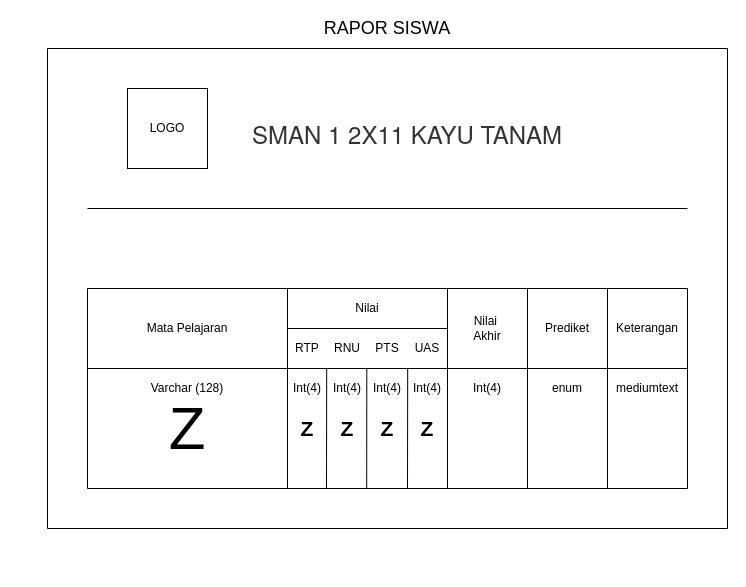
Earlier version of the draw.io diagram page "FRAME-Rapor" (12 of 22) of SKRIPSI WEB PENGOLAHAN NILAI SISWA/ARSIP/FILE MASTER DESAIN/MASTER DESAIN DIAGRAM WEB PENGOLAHAN NILAI SISWA.drawio (Khairul122/JK-WebPengolahanNilaiSiswa-ED). Source tidied: cells renumbered, new cells numbered last; positions are measured from the earlier drawing's top-left corner, leaving out a move shared by most shapes. Both pictures are drawn from the tidied source at 100%, with x=0, y=0 at pixel (47, 18).
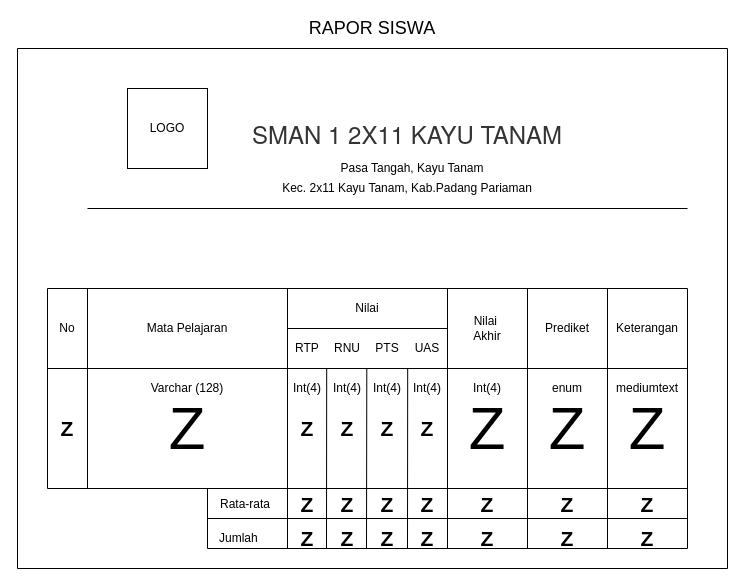
Above is the later version.

The edit, as a diff of the source:
```diff
@@
     <mxCell id="5" style="endArrow=none;html=1;" parent="1" edge="1">
       <mxGeometry relative="1" as="geometry">
-        <mxPoint x="40" y="270" as="sourcePoint" />
+        <mxPoint y="270" as="sourcePoint" />
         <mxPoint x="640" y="270" as="targetPoint" />
       </mxGeometry>
     </mxCell>
     <mxCell id="6" style="endArrow=none;html=1;" parent="1" edge="1">
       <mxGeometry relative="1" as="geometry">
-        <mxPoint x="40" y="350" as="sourcePoint" />
+        <mxPoint y="350" as="sourcePoint" />
         <mxPoint x="640" y="350" as="targetPoint" />
       </mxGeometry>
     </mxCell>
@@
-    <mxCell id="8" style="endArrow=none;html=1;" parent="1" edge="1">
+    <mxCell id="8" style="endArrow=none;html=1;exitX=1;exitY=1;exitDx=0;exitDy=0;" parent="1" edge="1" source="56">
       <mxGeometry relative="1" as="geometry">
-        <mxPoint x="240" y="470" as="sourcePoint" />
         <mxPoint x="240" y="270" as="targetPoint" />
       </mxGeometry>
     </mxCell>
@@
     <mxCell id="10" style="endArrow=none;html=1;" parent="1" edge="1">
       <mxGeometry relative="1" as="geometry">
-        <mxPoint x="400" y="470" as="sourcePoint" />
+        <mxPoint x="400" y="530" as="sourcePoint" />
         <mxPoint x="400" y="270" as="targetPoint" />
       </mxGeometry>
     </mxCell>
@@
     <mxCell id="17" style="endArrow=none;html=1;" parent="1" edge="1">
       <mxGeometry relative="1" as="geometry">
-        <mxPoint x="279" y="470" as="sourcePoint" />
+        <mxPoint x="279" y="530" as="sourcePoint" />
         <mxPoint x="279.2" y="350" as="targetPoint" />
       </mxGeometry>
     </mxCell>
     <mxCell id="18" style="endArrow=none;html=1;" parent="1" edge="1">
       <mxGeometry relative="1" as="geometry">
-        <mxPoint x="319.2" y="470" as="sourcePoint" />
+        <mxPoint x="319" y="530" as="sourcePoint" />
         <mxPoint x="319.3" y="350" as="targetPoint" />
       </mxGeometry>
     </mxCell>
     <mxCell id="19" style="endArrow=none;html=1;" parent="1" edge="1">
       <mxGeometry relative="1" as="geometry">
-        <mxPoint x="360" y="470" as="sourcePoint" />
+        <mxPoint x="360" y="530" as="sourcePoint" />
         <mxPoint x="360.2" y="350" as="targetPoint" />
       </mxGeometry>
     </mxCell>
@@
     <mxCell id="24" style="endArrow=none;html=1;" parent="1" edge="1">
       <mxGeometry relative="1" as="geometry">
-        <mxPoint x="480" y="470" as="sourcePoint" />
+        <mxPoint x="480" y="530" as="sourcePoint" />
         <mxPoint x="480" y="270" as="targetPoint" />
       </mxGeometry>
     </mxCell>
@@
     <mxCell id="27" style="endArrow=none;html=1;" parent="1" edge="1">
       <mxGeometry relative="1" as="geometry">
-        <mxPoint x="560" y="470" as="sourcePoint" />
+        <mxPoint x="560" y="530" as="sourcePoint" />
         <mxPoint x="560" y="270" as="targetPoint" />
       </mxGeometry>
     </mxCell>
     <mxCell id="28" style="endArrow=none;html=1;" parent="1" edge="1">
       <mxGeometry relative="1" as="geometry">
-        <mxPoint x="640" y="470" as="sourcePoint" />
+        <mxPoint x="640" y="530" as="sourcePoint" />
         <mxPoint x="640" y="270" as="targetPoint" />
       </mxGeometry>
     </mxCell>
@@
     <mxCell id="30" style="endArrow=none;html=1;" parent="1" edge="1">
       <mxGeometry relative="1" as="geometry">
-        <mxPoint x="40" y="470" as="sourcePoint" />
-        <mxPoint x="40" y="270" as="targetPoint" />
+        <mxPoint y="470" as="sourcePoint" />
+        <mxPoint y="270" as="targetPoint" />
       </mxGeometry>
     </mxCell>
     <mxCell id="31" style="endArrow=none;html=1;" parent="1" edge="1">
       <mxGeometry relative="1" as="geometry">
-        <mxPoint x="40" y="470" as="sourcePoint" />
+        <mxPoint y="470" as="sourcePoint" />
         <mxPoint x="640" y="470" as="targetPoint" />
       </mxGeometry>
     </mxCell>
     <mxCell id="32" style="endArrow=none;html=1;" parent="1" edge="1">
       <mxGeometry relative="1" as="geometry">
-        <mxPoint x="680" y="510" as="sourcePoint" />
+        <mxPoint x="680" y="550" as="sourcePoint" />
         <mxPoint x="680" y="30" as="targetPoint" />
       </mxGeometry>
     </mxCell>
     <mxCell id="33" style="endArrow=none;html=1;" parent="1" edge="1">
       <mxGeometry relative="1" as="geometry">
-        <mxPoint y="510" as="sourcePoint" />
-        <mxPoint y="30" as="targetPoint" />
+        <mxPoint x="-30" y="550" as="sourcePoint" />
+        <mxPoint x="-30" y="30" as="targetPoint" />
       </mxGeometry>
     </mxCell>
     <mxCell id="34" style="endArrow=none;html=1;" parent="1" edge="1">
       <mxGeometry relative="1" as="geometry">
-        <mxPoint y="510" as="sourcePoint" />
-        <mxPoint x="680" y="510" as="targetPoint" />
+        <mxPoint x="-30" y="550" as="sourcePoint" />
+        <mxPoint x="680" y="550" as="targetPoint" />
       </mxGeometry>
     </mxCell>
     <mxCell id="35" style="endArrow=none;html=1;" parent="1" edge="1">
       <mxGeometry relative="1" as="geometry">
-        <mxPoint y="30" as="sourcePoint" />
+        <mxPoint x="-30" y="30" as="sourcePoint" />
         <mxPoint x="680" y="30" as="targetPoint" />
       </mxGeometry>
     </mxCell>
@@
     <mxCell id="44" value="&lt;font style=&quot;font-size: 18px&quot;&gt;RAPOR SISWA&lt;/font&gt;" style="text;html=1;strokeColor=none;fillColor=none;align=center;verticalAlign=middle;whiteSpace=wrap;rounded=0;" parent="1" vertex="1">
-      <mxGeometry width="680" height="20" as="geometry" />
+      <mxGeometry x="-30" width="710" height="20" as="geometry" />
     </mxCell>
+    <mxCell id="45" style="endArrow=none;html=1;" parent="1" edge="1">
+      <mxGeometry relative="1" as="geometry">
+        <mxPoint x="40" y="470" as="sourcePoint" />
+        <mxPoint x="40" y="270" as="targetPoint" />
+      </mxGeometry>
+    </mxCell>
+    <mxCell id="46" value="&lt;p class=&quot;MsoNormal&quot;&gt;Pasa Tangah, Kayu Tanam&lt;/p&gt;" style="text;html=1;strokeColor=none;fillColor=none;align=center;verticalAlign=middle;whiteSpace=wrap;rounded=0;" parent="1" vertex="1">
+      <mxGeometry x="210" y="140" width="310" height="20" as="geometry" />
+    </mxCell>
+    <mxCell id="47" value="&lt;p class=&quot;MsoNormal&quot;&gt;&lt;span style=&quot;font-size: 9pt ; line-height: 107% ; font-family: &amp;#34;helvetica&amp;#34; , sans-serif&quot;&gt;Kec. 2x11 Kayu Tanam, Kab.&lt;/span&gt;&lt;span style=&quot;font-size: 9pt ; line-height: 107% ; font-family: &amp;#34;helvetica&amp;#34; , sans-serif&quot;&gt;&lt;span&gt;Padang&amp;nbsp;Pariaman&lt;/span&gt;&lt;/span&gt;&lt;/p&gt;" style="text;html=1;strokeColor=none;fillColor=none;align=center;verticalAlign=middle;whiteSpace=wrap;rounded=0;" parent="1" vertex="1">
+      <mxGeometry x="205" y="160" width="310" height="20" as="geometry" />
+    </mxCell>
+    <mxCell id="48" value="No" style="text;html=1;strokeColor=none;fillColor=none;align=center;verticalAlign=middle;whiteSpace=wrap;rounded=0;" parent="1" vertex="1">
+      <mxGeometry y="300" width="40" height="20" as="geometry" />
+    </mxCell>
+    <mxCell id="49" value="&lt;b&gt;&lt;font style=&quot;font-size: 21px&quot;&gt;Z&lt;/font&gt;&lt;/b&gt;" style="text;html=1;strokeColor=none;fillColor=none;align=center;verticalAlign=middle;whiteSpace=wrap;rounded=0;" parent="1" vertex="1">
+      <mxGeometry y="400" width="40" height="20" as="geometry" />
+    </mxCell>
+    <mxCell id="50" value="&lt;font style=&quot;font-size: 60px&quot;&gt;Z&lt;/font&gt;" style="text;html=1;strokeColor=none;fillColor=none;align=center;verticalAlign=middle;whiteSpace=wrap;rounded=0;" parent="1" vertex="1">
+      <mxGeometry x="420" y="400" width="40" height="20" as="geometry" />
+    </mxCell>
+    <mxCell id="51" value="&lt;font style=&quot;font-size: 60px&quot;&gt;Z&lt;/font&gt;" style="text;html=1;strokeColor=none;fillColor=none;align=center;verticalAlign=middle;whiteSpace=wrap;rounded=0;" parent="1" vertex="1">
+      <mxGeometry x="500" y="400" width="40" height="20" as="geometry" />
+    </mxCell>
+    <mxCell id="52" value="&lt;font style=&quot;font-size: 60px&quot;&gt;Z&lt;/font&gt;" style="text;html=1;strokeColor=none;fillColor=none;align=center;verticalAlign=middle;whiteSpace=wrap;rounded=0;" parent="1" vertex="1">
+      <mxGeometry x="580" y="400" width="40" height="20" as="geometry" />
+    </mxCell>
+    <mxCell id="53" style="endArrow=none;html=1;" parent="1" edge="1">
+      <mxGeometry relative="1" as="geometry">
+        <mxPoint x="160" y="500" as="sourcePoint" />
+        <mxPoint x="640" y="500" as="targetPoint" />
+      </mxGeometry>
+    </mxCell>
+    <mxCell id="54" value="Rata-rata" style="text;html=1;strokeColor=none;fillColor=none;align=left;verticalAlign=middle;whiteSpace=wrap;rounded=0;" parent="1" vertex="1">
+      <mxGeometry x="171" y="476" width="70" height="20" as="geometry" />
+    </mxCell>
+    <mxCell id="55" style="endArrow=none;html=1;" parent="1" edge="1">
+      <mxGeometry relative="1" as="geometry">
+        <mxPoint x="160" y="530" as="sourcePoint" />
+        <mxPoint x="160" y="470" as="targetPoint" />
+      </mxGeometry>
+    </mxCell>
+    <mxCell id="56" value="Jumlah" style="text;html=1;strokeColor=none;fillColor=none;align=left;verticalAlign=middle;whiteSpace=wrap;rounded=0;" parent="1" vertex="1">
+      <mxGeometry x="170" y="510" width="70" height="20" as="geometry" />
+    </mxCell>
+    <mxCell id="57" style="endArrow=none;html=1;" parent="1" edge="1">
+      <mxGeometry relative="1" as="geometry">
+        <mxPoint x="160" y="530" as="sourcePoint" />
+        <mxPoint x="640" y="530" as="targetPoint" />
+      </mxGeometry>
+    </mxCell>
+    <mxCell id="58" value="&lt;b&gt;&lt;font style=&quot;font-size: 21px&quot;&gt;Z&lt;/font&gt;&lt;/b&gt;" style="text;html=1;strokeColor=none;fillColor=none;align=center;verticalAlign=middle;whiteSpace=wrap;rounded=0;" parent="1" vertex="1">
+      <mxGeometry x="240" y="476" width="40" height="20" as="geometry" />
+    </mxCell>
+    <mxCell id="59" value="&lt;b&gt;&lt;font style=&quot;font-size: 21px&quot;&gt;Z&lt;/font&gt;&lt;/b&gt;" style="text;html=1;strokeColor=none;fillColor=none;align=center;verticalAlign=middle;whiteSpace=wrap;rounded=0;" parent="1" vertex="1">
+      <mxGeometry x="240" y="510" width="40" height="20" as="geometry" />
+    </mxCell>
+    <mxCell id="60" value="&lt;b&gt;&lt;font style=&quot;font-size: 21px&quot;&gt;Z&lt;/font&gt;&lt;/b&gt;" style="text;html=1;strokeColor=none;fillColor=none;align=center;verticalAlign=middle;whiteSpace=wrap;rounded=0;" parent="1" vertex="1">
+      <mxGeometry x="280" y="476" width="40" height="20" as="geometry" />
+    </mxCell>
+    <mxCell id="61" value="&lt;b&gt;&lt;font style=&quot;font-size: 21px&quot;&gt;Z&lt;/font&gt;&lt;/b&gt;" style="text;html=1;strokeColor=none;fillColor=none;align=center;verticalAlign=middle;whiteSpace=wrap;rounded=0;" parent="1" vertex="1">
+      <mxGeometry x="280" y="510" width="40" height="20" as="geometry" />
+    </mxCell>
+    <mxCell id="62" value="&lt;b&gt;&lt;font style=&quot;font-size: 21px&quot;&gt;Z&lt;/font&gt;&lt;/b&gt;" style="text;html=1;strokeColor=none;fillColor=none;align=center;verticalAlign=middle;whiteSpace=wrap;rounded=0;" parent="1" vertex="1">
+      <mxGeometry x="320" y="476" width="40" height="20" as="geometry" />
+    </mxCell>
+    <mxCell id="63" value="&lt;b&gt;&lt;font style=&quot;font-size: 21px&quot;&gt;Z&lt;/font&gt;&lt;/b&gt;" style="text;html=1;strokeColor=none;fillColor=none;align=center;verticalAlign=middle;whiteSpace=wrap;rounded=0;" parent="1" vertex="1">
+      <mxGeometry x="320" y="510" width="40" height="20" as="geometry" />
+    </mxCell>
+    <mxCell id="64" value="&lt;b&gt;&lt;font style=&quot;font-size: 21px&quot;&gt;Z&lt;/font&gt;&lt;/b&gt;" style="text;html=1;strokeColor=none;fillColor=none;align=center;verticalAlign=middle;whiteSpace=wrap;rounded=0;" parent="1" vertex="1">
+      <mxGeometry x="360" y="476" width="40" height="20" as="geometry" />
+    </mxCell>
+    <mxCell id="65" value="&lt;b&gt;&lt;font style=&quot;font-size: 21px&quot;&gt;Z&lt;/font&gt;&lt;/b&gt;" style="text;html=1;strokeColor=none;fillColor=none;align=center;verticalAlign=middle;whiteSpace=wrap;rounded=0;" parent="1" vertex="1">
+      <mxGeometry x="360" y="510" width="40" height="20" as="geometry" />
+    </mxCell>
+    <mxCell id="66" value="&lt;b&gt;&lt;font style=&quot;font-size: 21px&quot;&gt;Z&lt;/font&gt;&lt;/b&gt;" style="text;html=1;strokeColor=none;fillColor=none;align=center;verticalAlign=middle;whiteSpace=wrap;rounded=0;" parent="1" vertex="1">
+      <mxGeometry x="420" y="476" width="40" height="20" as="geometry" />
+    </mxCell>
+    <mxCell id="67" value="&lt;b&gt;&lt;font style=&quot;font-size: 21px&quot;&gt;Z&lt;/font&gt;&lt;/b&gt;" style="text;html=1;strokeColor=none;fillColor=none;align=center;verticalAlign=middle;whiteSpace=wrap;rounded=0;" parent="1" vertex="1">
+      <mxGeometry x="420" y="510" width="40" height="20" as="geometry" />
+    </mxCell>
+    <mxCell id="68" value="&lt;b&gt;&lt;font style=&quot;font-size: 21px&quot;&gt;Z&lt;/font&gt;&lt;/b&gt;" style="text;html=1;strokeColor=none;fillColor=none;align=center;verticalAlign=middle;whiteSpace=wrap;rounded=0;" parent="1" vertex="1">
+      <mxGeometry x="500" y="476" width="40" height="20" as="geometry" />
+    </mxCell>
+    <mxCell id="69" value="&lt;b&gt;&lt;font style=&quot;font-size: 21px&quot;&gt;Z&lt;/font&gt;&lt;/b&gt;" style="text;html=1;strokeColor=none;fillColor=none;align=center;verticalAlign=middle;whiteSpace=wrap;rounded=0;" parent="1" vertex="1">
+      <mxGeometry x="500" y="510" width="40" height="20" as="geometry" />
+    </mxCell>
+    <mxCell id="70" value="&lt;b&gt;&lt;font style=&quot;font-size: 21px&quot;&gt;Z&lt;/font&gt;&lt;/b&gt;" style="text;html=1;strokeColor=none;fillColor=none;align=center;verticalAlign=middle;whiteSpace=wrap;rounded=0;" parent="1" vertex="1">
+      <mxGeometry x="580" y="476" width="40" height="20" as="geometry" />
+    </mxCell>
+    <mxCell id="71" value="&lt;b&gt;&lt;font style=&quot;font-size: 21px&quot;&gt;Z&lt;/font&gt;&lt;/b&gt;" style="text;html=1;strokeColor=none;fillColor=none;align=center;verticalAlign=middle;whiteSpace=wrap;rounded=0;" parent="1" vertex="1">
+      <mxGeometry x="580" y="510" width="40" height="20" as="geometry" />
+    </mxCell>
```
